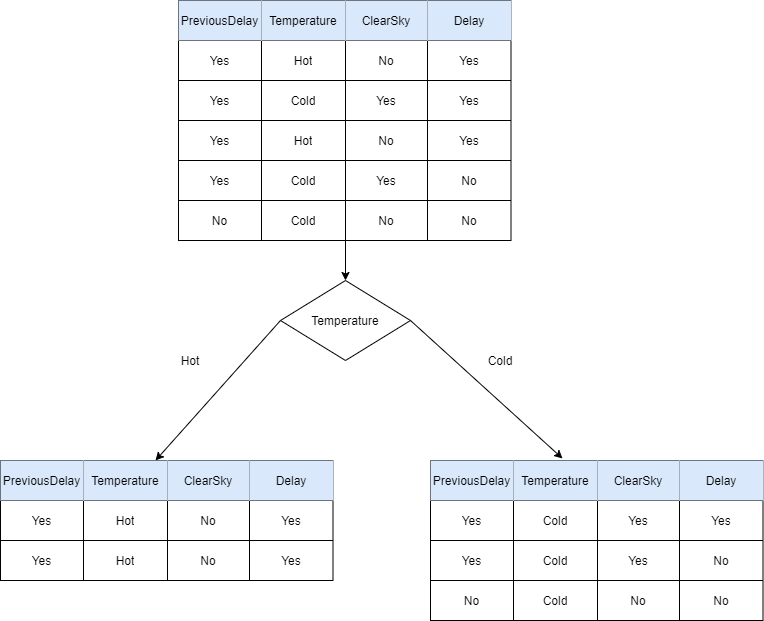
Earlier version of the draw.io export toyexample_decisiontree_1.png (drminix/images). Source tidied: cells renumbered, new cells last; positions are measured from the earlier drawing's top-left corner, leaving out a move shared by most shapes.
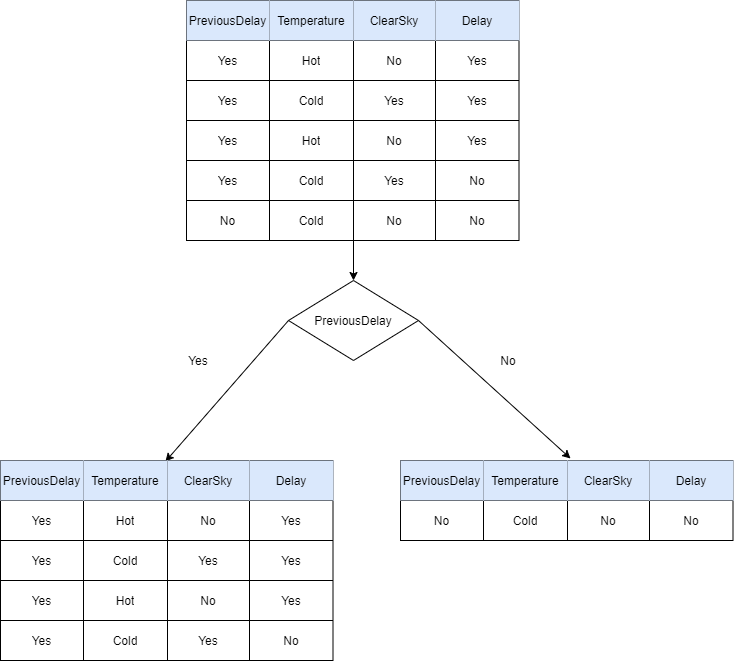
The same file after the commit.

The edit, as a diff of the source:
```diff
@@ -7,23 +7,21 @@
         <mxPoint x="345" y="200" as="sourcePoint" />
       </mxGeometry>
     </mxCell>
-    <mxCell id="3" value="Temperature" style="rhombus;whiteSpace=wrap;html=1;" parent="1" vertex="1">
+    <mxCell id="3" value="PreviousDelay" style="rhombus;whiteSpace=wrap;html=1;" parent="1" vertex="1">
       <mxGeometry x="280" y="280" width="130" height="80" as="geometry" />
     </mxCell>
-    <mxCell id="4" style="endArrow=classic;html=1;exitX=0;exitY=0.5;exitDx=0;exitDy=0;entryX=0.5;entryY=0;entryDx=0;entryDy=0;" parent="1" edge="1" source="3">
-      <mxGeometry relative="1" as="geometry">
-        <mxPoint x="155" y="460" as="targetPoint" />
-      </mxGeometry>
+    <mxCell id="4" style="endArrow=classic;html=1;exitX=0;exitY=0.5;exitDx=0;exitDy=0;entryX=0.496;entryY=0.025;entryDx=0;entryDy=0;entryPerimeter=0;" parent="1" edge="1" source="3" target="77">
+      <mxGeometry relative="1" as="geometry" />
     </mxCell>
     <mxCell id="5" style="endArrow=classic;html=1;exitX=1;exitY=0.5;exitDx=0;exitDy=0;entryX=0.491;entryY=-0.05;entryDx=0;entryDy=0;entryPerimeter=0;" parent="1" edge="1" source="3">
       <mxGeometry relative="1" as="geometry">
         <mxPoint x="562" y="458" as="targetPoint" />
       </mxGeometry>
     </mxCell>
-    <mxCell id="6" value="Hot" style="text;html=1;strokeColor=none;fillColor=none;align=center;verticalAlign=middle;whiteSpace=wrap;rounded=0;" parent="1" vertex="1">
+    <mxCell id="6" value="Yes" style="text;html=1;strokeColor=none;fillColor=none;align=center;verticalAlign=middle;whiteSpace=wrap;rounded=0;" parent="1" vertex="1">
       <mxGeometry x="170" y="350" width="40" height="20" as="geometry" />
     </mxCell>
-    <mxCell id="7" value="Cold" style="text;html=1;strokeColor=none;fillColor=none;align=center;verticalAlign=middle;whiteSpace=wrap;rounded=0;" parent="1" vertex="1">
+    <mxCell id="7" value="No" style="text;html=1;strokeColor=none;fillColor=none;align=center;verticalAlign=middle;whiteSpace=wrap;rounded=0;" parent="1" vertex="1">
       <mxGeometry x="480" y="350" width="40" height="20" as="geometry" />
     </mxCell>
     <mxCell id="8" style="shape=table;html=1;whiteSpace=wrap;startSize=0;" parent="1" vertex="1">
@@ -119,116 +117,116 @@
     <mxCell id="38" value="No" style="shape=partialRectangle;html=1;whiteSpace=wrap;overflow=hidden;fillColor=none;top=0;left=0;bottom=0;right=0;" parent="34" vertex="1">
       <mxGeometry x="249" width="84" height="40" as="geometry" />
     </mxCell>
-    <mxCell id="39" style="shape=table;html=1;whiteSpace=wrap;startSize=0;" parent="1" vertex="1">
-      <mxGeometry x="430" y="460" width="332.5" height="160" as="geometry" />
-    </mxCell>
-    <mxCell id="40" style="shape=partialRectangle;html=1;whiteSpace=wrap;fillColor=none;top=0;left=0;bottom=0;right=0;" parent="39" vertex="1">
-      <mxGeometry width="332.5" height="40" as="geometry" />
-    </mxCell>
-    <mxCell id="41" value="PreviousDelay" style="shape=partialRectangle;html=1;whiteSpace=wrap;overflow=hidden;fillColor=#dae8fc;top=0;left=0;bottom=0;right=0;strokeColor=#6c8ebf;" parent="40" vertex="1">
-      <mxGeometry width="83" height="40" as="geometry" />
-    </mxCell>
-    <mxCell id="42" value="Temperature" style="shape=partialRectangle;html=1;whiteSpace=wrap;overflow=hidden;fillColor=#dae8fc;top=0;left=0;bottom=0;right=0;strokeColor=#6c8ebf;" parent="40" vertex="1">
-      <mxGeometry x="83" width="84" height="40" as="geometry" />
-    </mxCell>
-    <mxCell id="43" value="ClearSky" style="shape=partialRectangle;html=1;whiteSpace=wrap;overflow=hidden;fillColor=#dae8fc;top=0;left=0;bottom=0;right=0;strokeColor=#6c8ebf;" parent="40" vertex="1">
-      <mxGeometry x="167" width="82" height="40" as="geometry" />
-    </mxCell>
-    <mxCell id="44" value="Delay" style="shape=partialRectangle;html=1;whiteSpace=wrap;overflow=hidden;fillColor=#dae8fc;top=0;left=0;bottom=0;right=0;strokeColor=#6c8ebf;" parent="40" vertex="1">
-      <mxGeometry x="249" width="84" height="40" as="geometry" />
-    </mxCell>
-    <mxCell id="45" style="shape=partialRectangle;html=1;whiteSpace=wrap;fillColor=none;top=0;left=0;bottom=0;right=0;" parent="39" vertex="1">
-      <mxGeometry y="40" width="332.5" height="40" as="geometry" />
-    </mxCell>
-    <mxCell id="46" value="Yes" style="shape=partialRectangle;html=1;whiteSpace=wrap;overflow=hidden;fillColor=none;top=0;left=0;bottom=0;right=0;" parent="45" vertex="1">
-      <mxGeometry width="83" height="40" as="geometry" />
-    </mxCell>
-    <mxCell id="47" value="Cold" style="shape=partialRectangle;html=1;whiteSpace=wrap;overflow=hidden;fillColor=none;top=0;left=0;bottom=0;right=0;" parent="45" vertex="1">
-      <mxGeometry x="83" width="84" height="40" as="geometry" />
-    </mxCell>
-    <mxCell id="48" value="Yes" style="shape=partialRectangle;html=1;whiteSpace=wrap;overflow=hidden;fillColor=none;top=0;left=0;bottom=0;right=0;" parent="45" vertex="1">
-      <mxGeometry x="167" width="82" height="40" as="geometry" />
-    </mxCell>
-    <mxCell id="49" value="Yes" style="shape=partialRectangle;html=1;whiteSpace=wrap;overflow=hidden;fillColor=none;top=0;left=0;bottom=0;right=0;" parent="45" vertex="1">
-      <mxGeometry x="249" width="84" height="40" as="geometry" />
-    </mxCell>
-    <mxCell id="50" style="shape=partialRectangle;html=1;whiteSpace=wrap;fillColor=none;top=0;left=0;bottom=0;right=0;" parent="39" vertex="1">
-      <mxGeometry y="80" width="332.5" height="40" as="geometry" />
-    </mxCell>
-    <mxCell id="51" value="Yes" style="shape=partialRectangle;html=1;whiteSpace=wrap;overflow=hidden;fillColor=none;top=0;left=0;bottom=0;right=0;" parent="50" vertex="1">
-      <mxGeometry width="83" height="40" as="geometry" />
-    </mxCell>
-    <mxCell id="52" value="Cold" style="shape=partialRectangle;html=1;whiteSpace=wrap;overflow=hidden;fillColor=none;top=0;left=0;bottom=0;right=0;" parent="50" vertex="1">
-      <mxGeometry x="83" width="84" height="40" as="geometry" />
-    </mxCell>
-    <mxCell id="53" value="Yes" style="shape=partialRectangle;html=1;whiteSpace=wrap;overflow=hidden;fillColor=none;top=0;left=0;bottom=0;right=0;" parent="50" vertex="1">
-      <mxGeometry x="167" width="82" height="40" as="geometry" />
-    </mxCell>
-    <mxCell id="54" value="No" style="shape=partialRectangle;html=1;whiteSpace=wrap;overflow=hidden;fillColor=none;top=0;left=0;bottom=0;right=0;" parent="50" vertex="1">
-      <mxGeometry x="249" width="84" height="40" as="geometry" />
-    </mxCell>
+    <mxCell id="76" style="shape=table;html=1;whiteSpace=wrap;startSize=0;" parent="1" vertex="1">
+      <mxGeometry x="-8" y="460" width="332.5" height="200" as="geometry" />
+    </mxCell>
+    <mxCell id="77" style="shape=partialRectangle;html=1;whiteSpace=wrap;fillColor=none;top=0;left=0;bottom=0;right=0;points=[[0,0.5],[1,0.5]];portConstraint=eastwest;" parent="76" vertex="1">
+      <mxGeometry width="332.5" height="40" as="geometry" />
+    </mxCell>
+    <mxCell id="78" value="PreviousDelay" style="shape=partialRectangle;html=1;whiteSpace=wrap;overflow=hidden;fillColor=#dae8fc;top=0;left=0;bottom=0;right=0;strokeColor=#6c8ebf;" parent="77" vertex="1">
+      <mxGeometry width="83" height="40" as="geometry" />
+    </mxCell>
+    <mxCell id="79" value="Temperature" style="shape=partialRectangle;html=1;whiteSpace=wrap;overflow=hidden;fillColor=#dae8fc;top=0;left=0;bottom=0;right=0;strokeColor=#6c8ebf;" parent="77" vertex="1">
+      <mxGeometry x="83" width="84" height="40" as="geometry" />
+    </mxCell>
+    <mxCell id="80" value="ClearSky" style="shape=partialRectangle;html=1;whiteSpace=wrap;overflow=hidden;fillColor=#dae8fc;top=0;left=0;bottom=0;right=0;strokeColor=#6c8ebf;" parent="77" vertex="1">
+      <mxGeometry x="167" width="82" height="40" as="geometry" />
+    </mxCell>
+    <mxCell id="81" value="Delay" style="shape=partialRectangle;html=1;whiteSpace=wrap;overflow=hidden;fillColor=#dae8fc;top=0;left=0;bottom=0;right=0;strokeColor=#6c8ebf;" parent="77" vertex="1">
+      <mxGeometry x="249" width="84" height="40" as="geometry" />
+    </mxCell>
+    <mxCell id="82" style="shape=partialRectangle;html=1;whiteSpace=wrap;fillColor=none;top=0;left=0;bottom=0;right=0;" parent="76" vertex="1">
+      <mxGeometry y="40" width="332.5" height="40" as="geometry" />
+    </mxCell>
+    <mxCell id="83" value="Yes" style="shape=partialRectangle;html=1;whiteSpace=wrap;overflow=hidden;fillColor=none;top=0;left=0;bottom=0;right=0;" parent="82" vertex="1">
+      <mxGeometry width="83" height="40" as="geometry" />
+    </mxCell>
+    <mxCell id="84" value="Hot" style="shape=partialRectangle;html=1;whiteSpace=wrap;overflow=hidden;fillColor=none;top=0;left=0;bottom=0;right=0;" parent="82" vertex="1">
+      <mxGeometry x="83" width="84" height="40" as="geometry" />
+    </mxCell>
+    <mxCell id="85" value="No" style="shape=partialRectangle;html=1;whiteSpace=wrap;overflow=hidden;fillColor=none;top=0;left=0;bottom=0;right=0;" parent="82" vertex="1">
+      <mxGeometry x="167" width="82" height="40" as="geometry" />
+    </mxCell>
+    <mxCell id="86" value="Yes" style="shape=partialRectangle;html=1;whiteSpace=wrap;overflow=hidden;fillColor=none;top=0;left=0;bottom=0;right=0;" parent="82" vertex="1">
+      <mxGeometry x="249" width="84" height="40" as="geometry" />
+    </mxCell>
+    <mxCell id="87" style="shape=partialRectangle;html=1;whiteSpace=wrap;fillColor=none;top=0;left=0;bottom=0;right=0;" parent="76" vertex="1">
+      <mxGeometry y="80" width="332.5" height="40" as="geometry" />
+    </mxCell>
+    <mxCell id="88" value="Yes" style="shape=partialRectangle;html=1;whiteSpace=wrap;overflow=hidden;fillColor=none;top=0;left=0;bottom=0;right=0;" parent="87" vertex="1">
+      <mxGeometry width="83" height="40" as="geometry" />
+    </mxCell>
+    <mxCell id="89" value="Cold" style="shape=partialRectangle;html=1;whiteSpace=wrap;overflow=hidden;fillColor=none;top=0;left=0;bottom=0;right=0;" parent="87" vertex="1">
+      <mxGeometry x="83" width="84" height="40" as="geometry" />
+    </mxCell>
+    <mxCell id="90" value="Yes" style="shape=partialRectangle;html=1;whiteSpace=wrap;overflow=hidden;fillColor=none;top=0;left=0;bottom=0;right=0;" parent="87" vertex="1">
+      <mxGeometry x="167" width="82" height="40" as="geometry" />
+    </mxCell>
+    <mxCell id="91" value="Yes" style="shape=partialRectangle;html=1;whiteSpace=wrap;overflow=hidden;fillColor=none;top=0;left=0;bottom=0;right=0;" parent="87" vertex="1">
+      <mxGeometry x="249" width="84" height="40" as="geometry" />
+    </mxCell>
-    <mxCell id="55" style="shape=partialRectangle;html=1;whiteSpace=wrap;fillColor=none;top=0;left=0;bottom=0;right=0;" parent="39" vertex="1">
+    <mxCell id="55" style="shape=partialRectangle;html=1;whiteSpace=wrap;fillColor=none;top=0;left=0;bottom=0;right=0;" parent="76" vertex="1">
       <mxGeometry y="120" width="332.5" height="40" as="geometry" />
     </mxCell>
+    <mxCell id="92" value="Yes" style="shape=partialRectangle;html=1;whiteSpace=wrap;overflow=hidden;fillColor=none;top=0;left=0;bottom=0;right=0;" parent="55" vertex="1">
+      <mxGeometry width="83" height="40" as="geometry" />
+    </mxCell>
+    <mxCell id="93" value="Hot" style="shape=partialRectangle;html=1;whiteSpace=wrap;overflow=hidden;fillColor=none;top=0;left=0;bottom=0;right=0;" parent="55" vertex="1">
+      <mxGeometry x="83" width="84" height="40" as="geometry" />
+    </mxCell>
+    <mxCell id="94" value="No" style="shape=partialRectangle;html=1;whiteSpace=wrap;overflow=hidden;fillColor=none;top=0;left=0;bottom=0;right=0;" parent="55" vertex="1">
+      <mxGeometry x="167" width="82" height="40" as="geometry" />
+    </mxCell>
+    <mxCell id="95" value="Yes" style="shape=partialRectangle;html=1;whiteSpace=wrap;overflow=hidden;fillColor=none;top=0;left=0;bottom=0;right=0;" parent="55" vertex="1">
+      <mxGeometry x="249" width="84" height="40" as="geometry" />
+    </mxCell>
+    <mxCell id="96" style="shape=partialRectangle;html=1;whiteSpace=wrap;fillColor=none;top=0;left=0;bottom=0;right=0;" parent="76" vertex="1">
+      <mxGeometry y="160" width="332.5" height="40" as="geometry" />
+    </mxCell>
+    <mxCell id="97" value="Yes" style="shape=partialRectangle;html=1;whiteSpace=wrap;overflow=hidden;fillColor=none;top=0;left=0;bottom=0;right=0;" parent="96" vertex="1">
+      <mxGeometry width="83" height="40" as="geometry" />
+    </mxCell>
+    <mxCell id="98" value="Cold" style="shape=partialRectangle;html=1;whiteSpace=wrap;overflow=hidden;fillColor=none;top=0;left=0;bottom=0;right=0;" parent="96" vertex="1">
+      <mxGeometry x="83" width="84" height="40" as="geometry" />
+    </mxCell>
+    <mxCell id="99" value="Yes" style="shape=partialRectangle;html=1;whiteSpace=wrap;overflow=hidden;fillColor=none;top=0;left=0;bottom=0;right=0;" parent="96" vertex="1">
+      <mxGeometry x="167" width="82" height="40" as="geometry" />
+    </mxCell>
+    <mxCell id="100" value="No" style="shape=partialRectangle;html=1;whiteSpace=wrap;overflow=hidden;fillColor=none;top=0;left=0;bottom=0;right=0;" parent="96" vertex="1">
+      <mxGeometry x="249" width="84" height="40" as="geometry" />
+    </mxCell>
+    <mxCell id="101" style="shape=table;html=1;whiteSpace=wrap;startSize=0;" parent="1" vertex="1">
+      <mxGeometry x="392" y="460" width="332.5" height="80" as="geometry" />
+    </mxCell>
+    <mxCell id="102" style="shape=partialRectangle;html=1;whiteSpace=wrap;fillColor=none;top=0;left=0;bottom=0;right=0;" parent="101" vertex="1">
+      <mxGeometry width="332.5" height="40" as="geometry" />
+    </mxCell>
+    <mxCell id="103" value="PreviousDelay" style="shape=partialRectangle;html=1;whiteSpace=wrap;overflow=hidden;fillColor=#dae8fc;top=0;left=0;bottom=0;right=0;strokeColor=#6c8ebf;" parent="102" vertex="1">
+      <mxGeometry width="83" height="40" as="geometry" />
+    </mxCell>
+    <mxCell id="104" value="Temperature" style="shape=partialRectangle;html=1;whiteSpace=wrap;overflow=hidden;fillColor=#dae8fc;top=0;left=0;bottom=0;right=0;strokeColor=#6c8ebf;" parent="102" vertex="1">
+      <mxGeometry x="83" width="84" height="40" as="geometry" />
+    </mxCell>
+    <mxCell id="105" value="ClearSky" style="shape=partialRectangle;html=1;whiteSpace=wrap;overflow=hidden;fillColor=#dae8fc;top=0;left=0;bottom=0;right=0;strokeColor=#6c8ebf;" parent="102" vertex="1">
+      <mxGeometry x="167" width="82" height="40" as="geometry" />
+    </mxCell>
+    <mxCell id="106" value="Delay" style="shape=partialRectangle;html=1;whiteSpace=wrap;overflow=hidden;fillColor=#dae8fc;top=0;left=0;bottom=0;right=0;strokeColor=#6c8ebf;" parent="102" vertex="1">
+      <mxGeometry x="249" width="84" height="40" as="geometry" />
+    </mxCell>
+    <mxCell id="107" style="shape=partialRectangle;html=1;whiteSpace=wrap;fillColor=none;top=0;left=0;bottom=0;right=0;" parent="101" vertex="1">
+      <mxGeometry y="40" width="332.5" height="40" as="geometry" />
+    </mxCell>
-    <mxCell id="56" value="No" style="shape=partialRectangle;html=1;whiteSpace=wrap;overflow=hidden;fillColor=none;top=0;left=0;bottom=0;right=0;" parent="55" vertex="1">
+    <mxCell id="56" value="No" style="shape=partialRectangle;html=1;whiteSpace=wrap;overflow=hidden;fillColor=none;top=0;left=0;bottom=0;right=0;" parent="107" vertex="1">
       <mxGeometry width="83" height="40" as="geometry" />
     </mxCell>
-    <mxCell id="57" value="Cold" style="shape=partialRectangle;html=1;whiteSpace=wrap;overflow=hidden;fillColor=none;top=0;left=0;bottom=0;right=0;" parent="55" vertex="1">
-      <mxGeometry x="83" width="84" height="40" as="geometry" />
-    </mxCell>
-    <mxCell id="58" value="No" style="shape=partialRectangle;html=1;whiteSpace=wrap;overflow=hidden;fillColor=none;top=0;left=0;bottom=0;right=0;" parent="55" vertex="1">
-      <mxGeometry x="167" width="82" height="40" as="geometry" />
-    </mxCell>
-    <mxCell id="59" value="No" style="shape=partialRectangle;html=1;whiteSpace=wrap;overflow=hidden;fillColor=none;top=0;left=0;bottom=0;right=0;" parent="55" vertex="1">
-      <mxGeometry x="249" width="84" height="40" as="geometry" />
-    </mxCell>
-    <mxCell id="60" style="shape=table;html=1;whiteSpace=wrap;startSize=0;" parent="1" vertex="1">
-      <mxGeometry y="460" width="332.5" height="120" as="geometry" />
-    </mxCell>
-    <mxCell id="61" style="shape=partialRectangle;html=1;whiteSpace=wrap;fillColor=none;top=0;left=0;bottom=0;right=0;" parent="60" vertex="1">
-      <mxGeometry width="332.5" height="40" as="geometry" />
-    </mxCell>
-    <mxCell id="62" value="PreviousDelay" style="shape=partialRectangle;html=1;whiteSpace=wrap;overflow=hidden;fillColor=#dae8fc;top=0;left=0;bottom=0;right=0;strokeColor=#6c8ebf;" parent="61" vertex="1">
-      <mxGeometry width="83" height="40" as="geometry" />
-    </mxCell>
-    <mxCell id="63" value="Temperature" style="shape=partialRectangle;html=1;whiteSpace=wrap;overflow=hidden;fillColor=#dae8fc;top=0;left=0;bottom=0;right=0;strokeColor=#6c8ebf;" parent="61" vertex="1">
-      <mxGeometry x="83" width="84" height="40" as="geometry" />
-    </mxCell>
-    <mxCell id="64" value="ClearSky" style="shape=partialRectangle;html=1;whiteSpace=wrap;overflow=hidden;fillColor=#dae8fc;top=0;left=0;bottom=0;right=0;strokeColor=#6c8ebf;" parent="61" vertex="1">
-      <mxGeometry x="167" width="82" height="40" as="geometry" />
-    </mxCell>
-    <mxCell id="65" value="Delay" style="shape=partialRectangle;html=1;whiteSpace=wrap;overflow=hidden;fillColor=#dae8fc;top=0;left=0;bottom=0;right=0;strokeColor=#6c8ebf;" parent="61" vertex="1">
-      <mxGeometry x="249" width="84" height="40" as="geometry" />
-    </mxCell>
-    <mxCell id="66" style="shape=partialRectangle;html=1;whiteSpace=wrap;fillColor=none;top=0;left=0;bottom=0;right=0;" parent="60" vertex="1">
-      <mxGeometry y="40" width="332.5" height="40" as="geometry" />
-    </mxCell>
-    <mxCell id="67" value="Yes" style="shape=partialRectangle;html=1;whiteSpace=wrap;overflow=hidden;fillColor=none;top=0;left=0;bottom=0;right=0;" parent="66" vertex="1">
-      <mxGeometry width="83" height="40" as="geometry" />
-    </mxCell>
-    <mxCell id="68" value="Hot" style="shape=partialRectangle;html=1;whiteSpace=wrap;overflow=hidden;fillColor=none;top=0;left=0;bottom=0;right=0;" parent="66" vertex="1">
-      <mxGeometry x="83" width="84" height="40" as="geometry" />
-    </mxCell>
-    <mxCell id="69" value="No" style="shape=partialRectangle;html=1;whiteSpace=wrap;overflow=hidden;fillColor=none;top=0;left=0;bottom=0;right=0;" parent="66" vertex="1">
-      <mxGeometry x="167" width="82" height="40" as="geometry" />
-    </mxCell>
-    <mxCell id="70" value="Yes" style="shape=partialRectangle;html=1;whiteSpace=wrap;overflow=hidden;fillColor=none;top=0;left=0;bottom=0;right=0;" parent="66" vertex="1">
-      <mxGeometry x="249" width="84" height="40" as="geometry" />
-    </mxCell>
-    <mxCell id="71" style="shape=partialRectangle;html=1;whiteSpace=wrap;fillColor=none;top=0;left=0;bottom=0;right=0;" parent="60" vertex="1">
-      <mxGeometry y="80" width="332.5" height="40" as="geometry" />
-    </mxCell>
-    <mxCell id="72" value="Yes" style="shape=partialRectangle;html=1;whiteSpace=wrap;overflow=hidden;fillColor=none;top=0;left=0;bottom=0;right=0;" parent="71" vertex="1">
-      <mxGeometry width="83" height="40" as="geometry" />
-    </mxCell>
-    <mxCell id="73" value="Hot" style="shape=partialRectangle;html=1;whiteSpace=wrap;overflow=hidden;fillColor=none;top=0;left=0;bottom=0;right=0;" parent="71" vertex="1">
-      <mxGeometry x="83" width="84" height="40" as="geometry" />
-    </mxCell>
-    <mxCell id="74" value="No" style="shape=partialRectangle;html=1;whiteSpace=wrap;overflow=hidden;fillColor=none;top=0;left=0;bottom=0;right=0;" parent="71" vertex="1">
-      <mxGeometry x="167" width="82" height="40" as="geometry" />
-    </mxCell>
-    <mxCell id="75" value="Yes" style="shape=partialRectangle;html=1;whiteSpace=wrap;overflow=hidden;fillColor=none;top=0;left=0;bottom=0;right=0;" parent="71" vertex="1">
-      <mxGeometry x="249" width="84" height="40" as="geometry" />
-    </mxCell>
+    <mxCell id="108" value="Cold" style="shape=partialRectangle;html=1;whiteSpace=wrap;overflow=hidden;fillColor=none;top=0;left=0;bottom=0;right=0;" parent="107" vertex="1">
+      <mxGeometry x="83" width="84" height="40" as="geometry" />
+    </mxCell>
+    <mxCell id="109" value="No" style="shape=partialRectangle;html=1;whiteSpace=wrap;overflow=hidden;fillColor=none;top=0;left=0;bottom=0;right=0;" parent="107" vertex="1">
+      <mxGeometry x="167" width="82" height="40" as="geometry" />
+    </mxCell>
+    <mxCell id="110" value="No" style="shape=partialRectangle;html=1;whiteSpace=wrap;overflow=hidden;fillColor=none;top=0;left=0;bottom=0;right=0;" parent="107" vertex="1">
+      <mxGeometry x="249" width="84" height="40" as="geometry" />
+    </mxCell>
   </root>
 </mxGraphModel>
```
